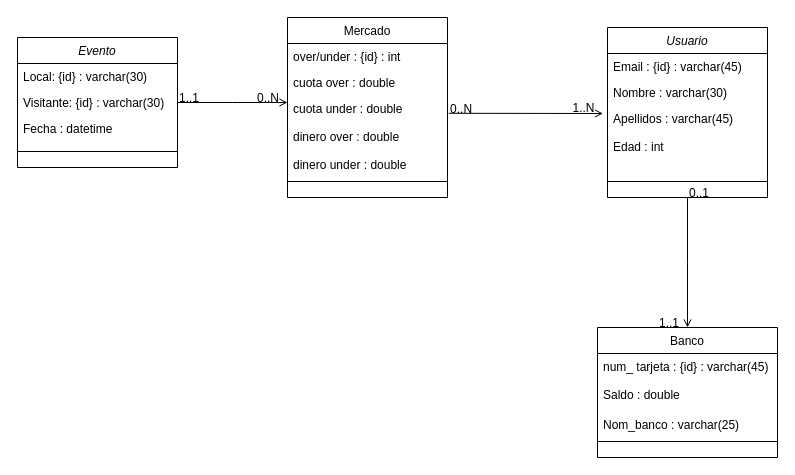
Before: Modelos/AE1.drawio in DanidelPrado/PlaceMyBet2, a draw.io diagram. Source tidied: cells renumbered, new cells numbered last; positions are measured from the earlier drawing's top-left corner, leaving out a move shared by most shapes. Both pictures are drawn from the tidied source at 100%, with x=0, y=0 at pixel (17, 17).
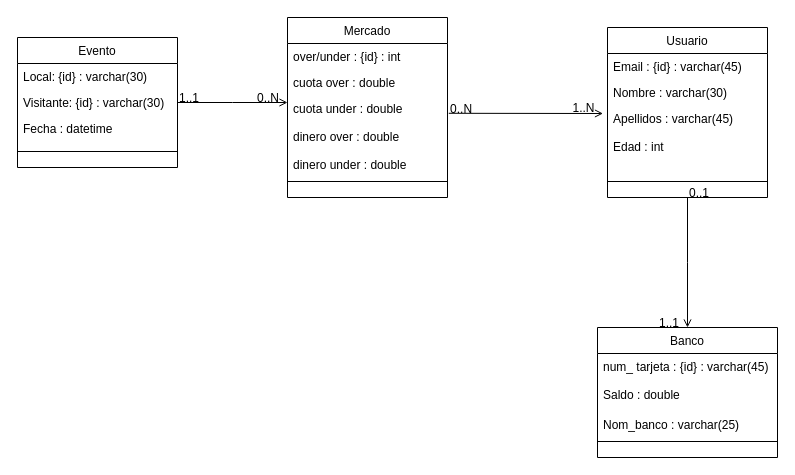
After the change.

The edit, as a diff of the source:
```diff
@@
-    <mxCell id="9" value="Evento" style="swimlane;fontStyle=2;align=center;verticalAlign=top;horizontal=1;startSize=26;rounded=0;shadow=0;strokeWidth=1;" parent="1" vertex="1">
+    <mxCell id="9" value="Evento" style="swimlane;fontStyle=0;align=center;verticalAlign=top;horizontal=1;startSize=26;rounded=0;shadow=0;strokeWidth=1;" parent="1" vertex="1">
       <mxGeometry y="20" width="160" height="130" as="geometry" />
     </mxCell>
@@
-    <mxCell id="14" value="Usuario" style="swimlane;fontStyle=2;align=center;verticalAlign=top;horizontal=1;startSize=26;rounded=0;shadow=0;strokeWidth=1;" parent="1" vertex="1">
+    <mxCell id="14" value="Usuario" style="swimlane;fontStyle=0;align=center;verticalAlign=top;horizontal=1;startSize=26;rounded=0;shadow=0;strokeWidth=1;" parent="1" vertex="1">
       <mxGeometry x="590" y="10" width="160" height="170" as="geometry" />
     </mxCell>
```
